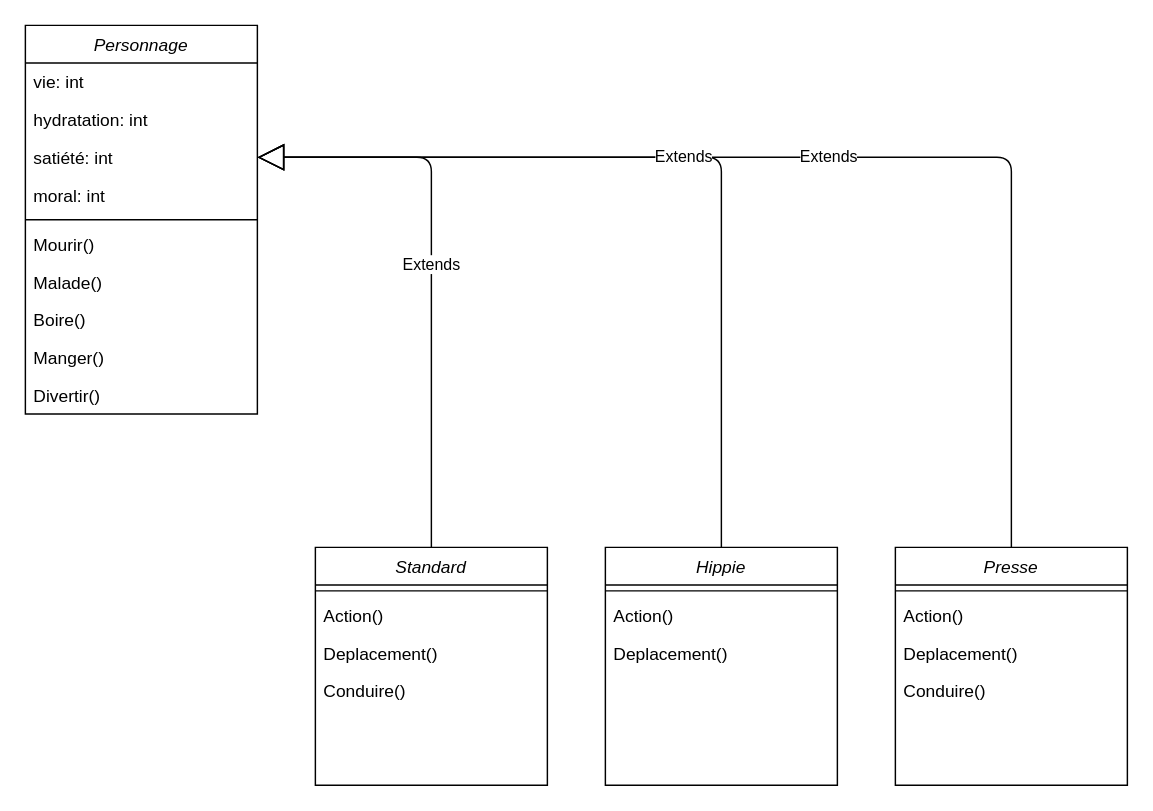
pedromp13/PJ_Modelisation_UML_2020_2021_Groupe1 keeps this draw.io diagram as Personnage.drawio. Above is the earlier version. Source tidied: cells renumbered, new cells numbered last; positions are measured from the earlier drawing's top-left corner, leaving out a move shared by most shapes. Both pictures are drawn from the tidied source at 145%, with x=0, y=0 at pixel (25, 25).
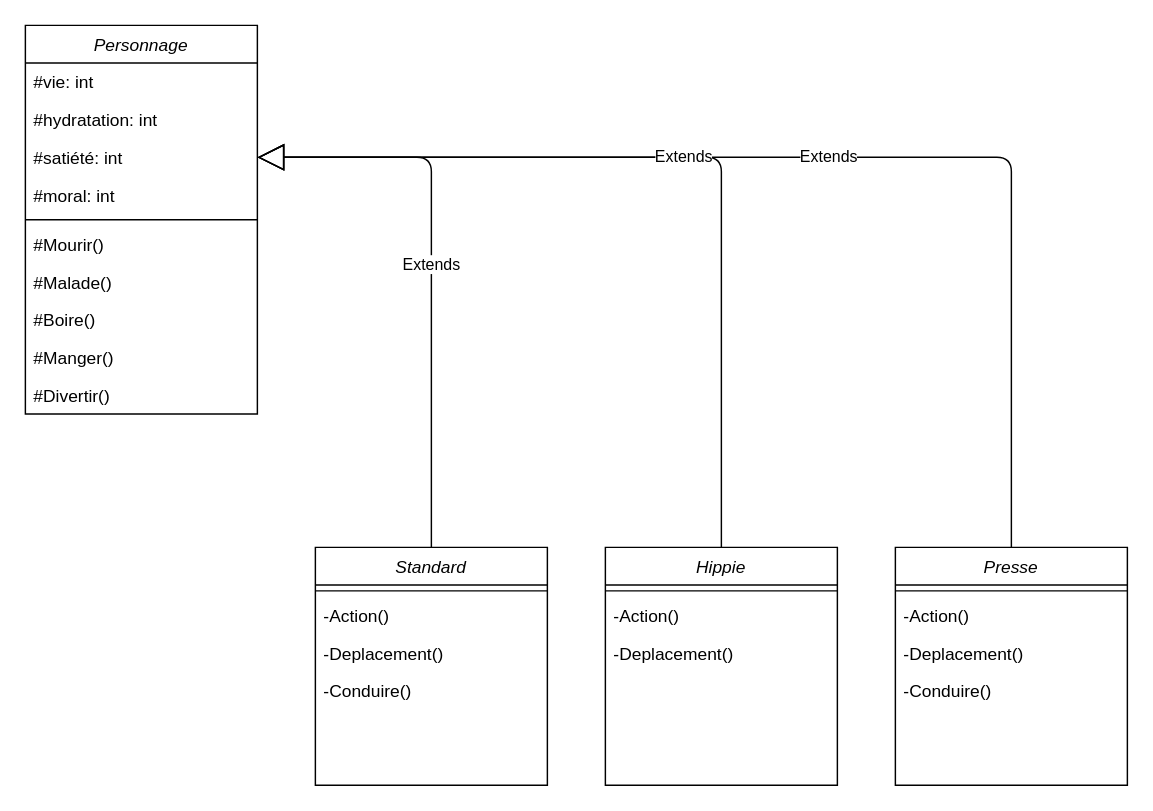
After the change.

The change refers to these unchanged cells:
```xml
<mxCell id="2" value="Personnage&#10;" style="swimlane;fontStyle=2;align=center;verticalAlign=top;horizontal=1;startSize=26;rounded=0;shadow=0;strokeWidth=1;" parent="1" vertex="1">
  <mxGeometry width="160" height="268" as="geometry" />
</mxCell>
<mxCell id="13" value="Standard" style="swimlane;fontStyle=2;align=center;verticalAlign=top;horizontal=1;startSize=26;rounded=0;shadow=0;strokeWidth=1;" parent="1" vertex="1">
  <mxGeometry x="200" y="360" width="160" height="164" as="geometry" />
</mxCell>
<mxCell id="18" value="Hippie" style="swimlane;fontStyle=2;align=center;verticalAlign=top;horizontal=1;startSize=26;rounded=0;shadow=0;strokeWidth=1;" parent="1" vertex="1">
  <mxGeometry x="400" y="360" width="160" height="164" as="geometry" />
</mxCell>
<mxCell id="22" value="Presse" style="swimlane;fontStyle=2;align=center;verticalAlign=top;horizontal=1;startSize=26;rounded=0;shadow=0;strokeWidth=1;" parent="1" vertex="1">
  <mxGeometry x="600" y="360" width="160" height="164" as="geometry" />
</mxCell>
```

The edit, as a diff of the source:
```diff
@@
-    <mxCell id="3" value="vie: int&#10;" style="text;align=left;verticalAlign=top;spacingLeft=4;spacingRight=4;overflow=hidden;" parent="2" vertex="1">
+    <mxCell id="3" value="#vie: int&#10;" style="text;align=left;verticalAlign=top;spacingLeft=4;spacingRight=4;overflow=hidden;" parent="2" vertex="1">
       <mxGeometry y="26" width="160" height="26" as="geometry" />
     </mxCell>
-    <mxCell id="4" value="hydratation: int&#10;" style="text;align=left;verticalAlign=top;spacingLeft=4;spacingRight=4;overflow=hidden;rounded=0;shadow=0;html=0;" parent="2" vertex="1">
+    <mxCell id="4" value="#hydratation: int&#10;" style="text;align=left;verticalAlign=top;spacingLeft=4;spacingRight=4;overflow=hidden;rounded=0;shadow=0;html=0;" parent="2" vertex="1">
       <mxGeometry y="52" width="160" height="26" as="geometry" />
     </mxCell>
-    <mxCell id="5" value="satiété: int&#10;" style="text;align=left;verticalAlign=top;spacingLeft=4;spacingRight=4;overflow=hidden;points=[[0,0.5],[1,0.5]];portConstraint=eastwest;rounded=0;shadow=0;html=0;" parent="2" vertex="1">
+    <mxCell id="5" value="#satiété: int&#10;" style="text;align=left;verticalAlign=top;spacingLeft=4;spacingRight=4;overflow=hidden;points=[[0,0.5],[1,0.5]];portConstraint=eastwest;rounded=0;shadow=0;html=0;" parent="2" vertex="1">
       <mxGeometry y="78" width="160" height="26" as="geometry" />
     </mxCell>
-    <mxCell id="6" value="moral: int" style="text;align=left;verticalAlign=top;spacingLeft=4;spacingRight=4;overflow=hidden;rounded=0;shadow=0;html=0;" parent="2" vertex="1">
+    <mxCell id="6" value="#moral: int" style="text;align=left;verticalAlign=top;spacingLeft=4;spacingRight=4;overflow=hidden;rounded=0;shadow=0;html=0;" parent="2" vertex="1">
       <mxGeometry y="104" width="160" height="26" as="geometry" />
     </mxCell>
@@
-    <mxCell id="8" value="Mourir()&#10;" style="text;align=left;verticalAlign=top;spacingLeft=4;spacingRight=4;overflow=hidden;" parent="2" vertex="1">
+    <mxCell id="8" value="#Mourir()&#10;" style="text;align=left;verticalAlign=top;spacingLeft=4;spacingRight=4;overflow=hidden;" parent="2" vertex="1">
       <mxGeometry y="138" width="160" height="26" as="geometry" />
     </mxCell>
-    <mxCell id="9" value="Malade()" style="text;align=left;verticalAlign=top;spacingLeft=4;spacingRight=4;overflow=hidden;" parent="2" vertex="1">
+    <mxCell id="9" value="#Malade()" style="text;align=left;verticalAlign=top;spacingLeft=4;spacingRight=4;overflow=hidden;" parent="2" vertex="1">
       <mxGeometry y="164" width="160" height="26" as="geometry" />
     </mxCell>
-    <mxCell id="10" value="Boire()" style="text;align=left;verticalAlign=top;spacingLeft=4;spacingRight=4;overflow=hidden;" parent="2" vertex="1">
+    <mxCell id="10" value="#Boire()" style="text;align=left;verticalAlign=top;spacingLeft=4;spacingRight=4;overflow=hidden;" parent="2" vertex="1">
       <mxGeometry y="190" width="160" height="26" as="geometry" />
     </mxCell>
-    <mxCell id="11" value="Manger()" style="text;align=left;verticalAlign=top;spacingLeft=4;spacingRight=4;overflow=hidden;" parent="2" vertex="1">
+    <mxCell id="11" value="#Manger()" style="text;align=left;verticalAlign=top;spacingLeft=4;spacingRight=4;overflow=hidden;" parent="2" vertex="1">
       <mxGeometry y="216" width="160" height="26" as="geometry" />
     </mxCell>
-    <mxCell id="12" value="Divertir()" style="text;align=left;verticalAlign=top;spacingLeft=4;spacingRight=4;overflow=hidden;" parent="2" vertex="1">
+    <mxCell id="12" value="#Divertir()" style="text;align=left;verticalAlign=top;spacingLeft=4;spacingRight=4;overflow=hidden;" parent="2" vertex="1">
       <mxGeometry y="242" width="160" height="26" as="geometry" />
     </mxCell>
@@
-    <mxCell id="15" value="Action()" style="text;align=left;verticalAlign=top;spacingLeft=4;spacingRight=4;overflow=hidden;" parent="13" vertex="1">
+    <mxCell id="15" value="-Action()" style="text;align=left;verticalAlign=top;spacingLeft=4;spacingRight=4;overflow=hidden;" parent="13" vertex="1">
       <mxGeometry y="34" width="160" height="26" as="geometry" />
     </mxCell>
-    <mxCell id="16" value="Deplacement()" style="text;align=left;verticalAlign=top;spacingLeft=4;spacingRight=4;overflow=hidden;" parent="13" vertex="1">
+    <mxCell id="16" value="-Deplacement()" style="text;align=left;verticalAlign=top;spacingLeft=4;spacingRight=4;overflow=hidden;" parent="13" vertex="1">
       <mxGeometry y="60" width="160" height="26" as="geometry" />
     </mxCell>
-    <mxCell id="17" value="Conduire()" style="text;align=left;verticalAlign=top;spacingLeft=4;spacingRight=4;overflow=hidden;" parent="13" vertex="1">
+    <mxCell id="17" value="-Conduire()" style="text;align=left;verticalAlign=top;spacingLeft=4;spacingRight=4;overflow=hidden;" parent="13" vertex="1">
       <mxGeometry y="86" width="160" height="26" as="geometry" />
     </mxCell>
@@
-    <mxCell id="20" value="Action()" style="text;align=left;verticalAlign=top;spacingLeft=4;spacingRight=4;overflow=hidden;" parent="18" vertex="1">
+    <mxCell id="20" value="-Action()" style="text;align=left;verticalAlign=top;spacingLeft=4;spacingRight=4;overflow=hidden;" parent="18" vertex="1">
       <mxGeometry y="34" width="160" height="26" as="geometry" />
     </mxCell>
-    <mxCell id="21" value="Deplacement()" style="text;align=left;verticalAlign=top;spacingLeft=4;spacingRight=4;overflow=hidden;" parent="18" vertex="1">
+    <mxCell id="21" value="-Deplacement()" style="text;align=left;verticalAlign=top;spacingLeft=4;spacingRight=4;overflow=hidden;" parent="18" vertex="1">
       <mxGeometry y="60" width="160" height="26" as="geometry" />
     </mxCell>
@@
-    <mxCell id="24" value="Action()" style="text;align=left;verticalAlign=top;spacingLeft=4;spacingRight=4;overflow=hidden;" parent="22" vertex="1">
+    <mxCell id="24" value="-Action()" style="text;align=left;verticalAlign=top;spacingLeft=4;spacingRight=4;overflow=hidden;" parent="22" vertex="1">
       <mxGeometry y="34" width="160" height="26" as="geometry" />
     </mxCell>
-    <mxCell id="25" value="Deplacement()" style="text;align=left;verticalAlign=top;spacingLeft=4;spacingRight=4;overflow=hidden;" parent="22" vertex="1">
+    <mxCell id="25" value="-Deplacement()" style="text;align=left;verticalAlign=top;spacingLeft=4;spacingRight=4;overflow=hidden;" parent="22" vertex="1">
       <mxGeometry y="60" width="160" height="26" as="geometry" />
     </mxCell>
-    <mxCell id="26" value="Conduire()" style="text;align=left;verticalAlign=top;spacingLeft=4;spacingRight=4;overflow=hidden;" parent="22" vertex="1">
+    <mxCell id="26" value="-Conduire()" style="text;align=left;verticalAlign=top;spacingLeft=4;spacingRight=4;overflow=hidden;" parent="22" vertex="1">
       <mxGeometry y="86" width="160" height="26" as="geometry" />
     </mxCell>
```
